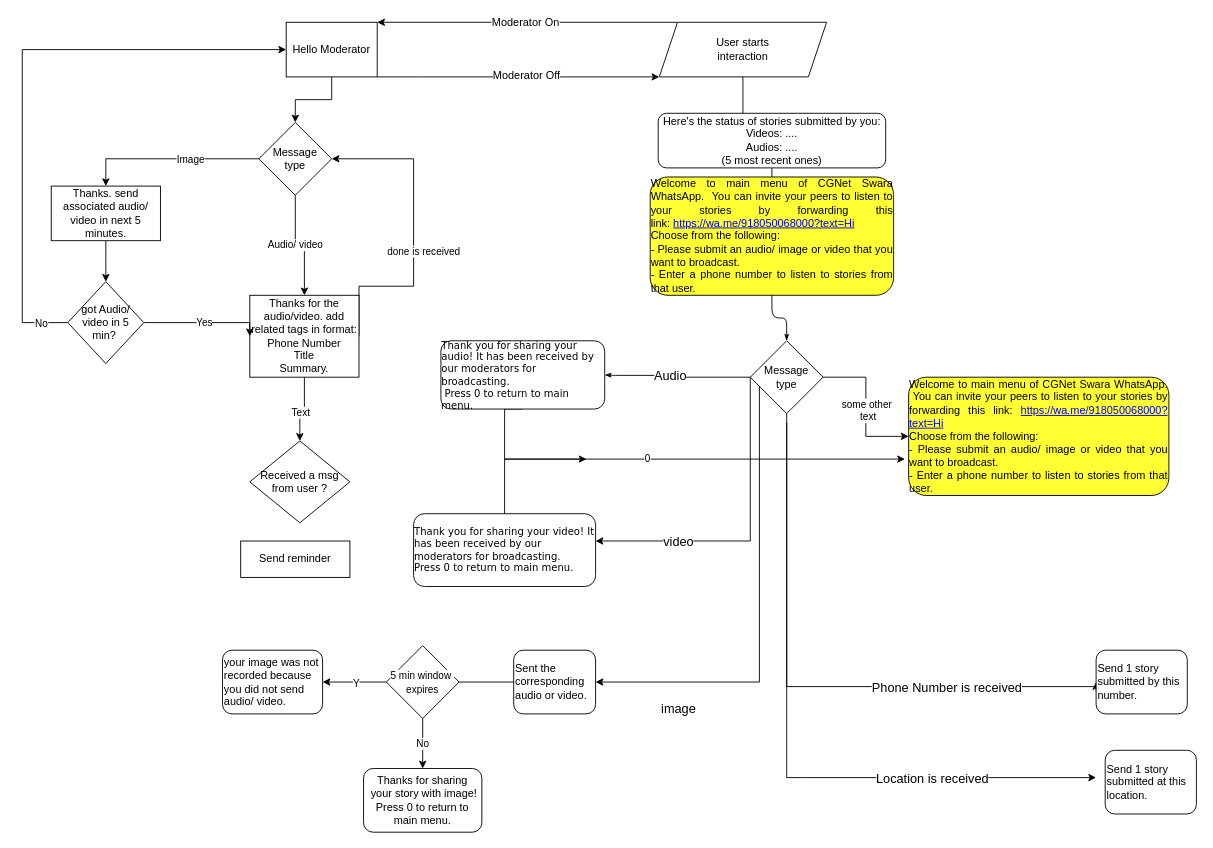
Above: page "5 may" (6 of 6) of DisseminationFlow.drawio in PriyankaVerma98/CGNetSwara-WhatsApp (draw.io), before the change. Source tidied: cells renumbered, new cells numbered last; positions are measured from the earlier drawing's top-left corner, leaving out a move shared by most shapes. Both pictures are drawn from the tidied source at 91%, with x=0, y=0 at pixel (22, 22).
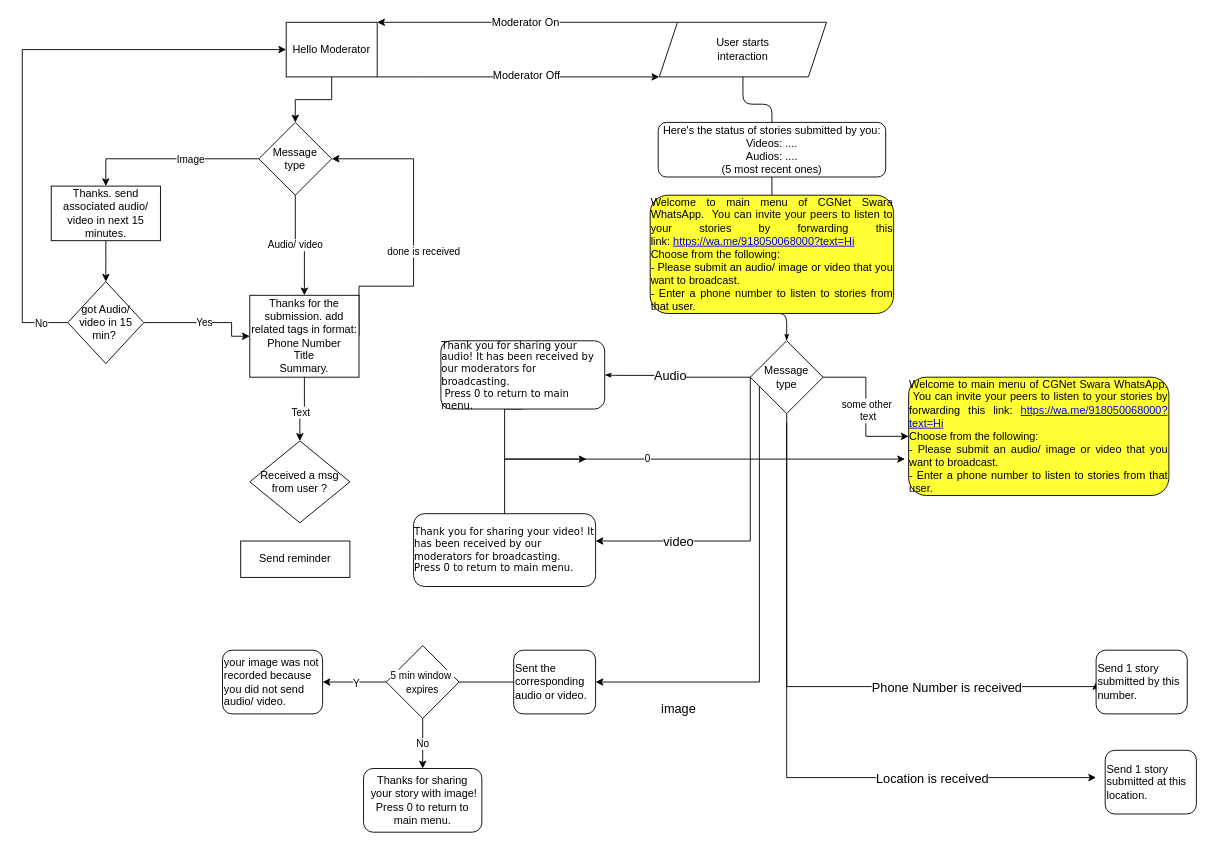
After the change.

Unchanged cells that the change refers to:
```xml
<mxCell id="4" value="User starts &lt;br&gt;interaction" style="shape=parallelogram;perimeter=parallelogramPerimeter;whiteSpace=wrap;html=1;fixedSize=1;" parent="1" vertex="1">
  <mxGeometry x="700" width="183.8" height="60" as="geometry" />
</mxCell>
```

What changed in the source:
```diff
@@
     <mxCell id="34" value="&lt;div style=&quot;text-align: justify&quot;&gt;&lt;div style=&quot;text-align: justify&quot;&gt;&lt;div&gt;&lt;span style=&quot;text-align: center&quot;&gt;Welcome to main menu of CGNet Swara WhatsApp. &amp;nbsp;&lt;/span&gt;&lt;span style=&quot;text-align: center&quot;&gt;You can invite your peers to listen to your stories by forwarding this link:&amp;nbsp;&lt;/span&gt;&lt;a href=&quot;https://wa.me/918050068000?text=Hi&quot;&gt;https://wa.me/918050068000?text=Hi&lt;/a&gt;&lt;/div&gt;&lt;div&gt;&lt;span style=&quot;text-align: center&quot;&gt;Choose from the following:&lt;/span&gt;&lt;br&gt;&lt;/div&gt;&lt;div&gt;&lt;span style=&quot;text-align: center&quot;&gt;- Please submit an audio/ image or video that you want to broadcast.&lt;/span&gt;&lt;/div&gt;&lt;div&gt;- Enter a phone number to listen to stories from that user.&lt;/div&gt;&lt;/div&gt;&lt;/div&gt;" style="rounded=1;whiteSpace=wrap;html=1;fillColor=#FFFF33;" parent="1" vertex="1">
-      <mxGeometry x="690" y="170" width="267.5" height="130" as="geometry" />
+      <mxGeometry x="690" y="190" width="267.5" height="130" as="geometry" />
     </mxCell>
     <mxCell id="35" style="edgeStyle=orthogonalEdgeStyle;rounded=1;html=1;labelBackgroundColor=none;startArrow=none;startFill=0;startSize=5;endArrow=none;endFill=1;endSize=5;jettySize=auto;strokeWidth=1;fontFamily=Verdana;fontSize=8;exitX=0.5;exitY=1;exitDx=0;exitDy=0;entryX=0.5;entryY=0;entryDx=0;entryDy=0;" parent="1" edge="1" source="4" target="34">
-      <mxGeometry relative="1" as="geometry" />
+      <mxGeometry relative="1" as="geometry">
+        <Array as="points">
+          <mxPoint x="792" y="90" />
+          <mxPoint x="824" y="90" />
+        </Array>
+      </mxGeometry>
     </mxCell>
     <mxCell id="36" value="Here's the status of stories submitted by you:&lt;br&gt;Videos: ....&lt;br&gt;Audios: ....&lt;br&gt;(5 most recent ones)" style="rounded=1;whiteSpace=wrap;html=1;" parent="1" vertex="1">
-      <mxGeometry x="698.8" y="100" width="250" height="60" as="geometry" />
+      <mxGeometry x="698.8" y="110" width="250" height="60" as="geometry" />
     </mxCell>
@@
-    <mxCell id="52" value="Thanks for the audio/video. add related tags in format:&lt;br&gt;Phone Number&lt;br&gt;Title&lt;br&gt;Summary." style="whiteSpace=wrap;html=1;" parent="1" vertex="1">
+    <mxCell id="52" value="Thanks for the submission. add related tags in format:&lt;br&gt;Phone Number&lt;br&gt;Title&lt;br&gt;Summary." style="whiteSpace=wrap;html=1;" parent="1" vertex="1">
       <mxGeometry x="250" y="300" width="120" height="90" as="geometry" />
     </mxCell>
     <mxCell id="53" value="Yes" style="edgeStyle=orthogonalEdgeStyle;rounded=0;jettySize=auto;html=1;entryX=0;entryY=0.5;entryDx=0;entryDy=0;exitX=1;exitY=0.5;exitDx=0;exitDy=0;" parent="1" edge="1" source="59" target="52">
       <mxGeometry relative="1" as="geometry">
         <Array as="points">
-          <mxPoint x="134" y="330" />
+          <mxPoint x="230" y="330" />
+          <mxPoint x="230" y="345" />
         </Array>
       </mxGeometry>
     </mxCell>
@@
-    <mxCell id="55" value="Thanks. send associated audio/ video in next 5 minutes." style="whiteSpace=wrap;html=1;" parent="1" vertex="1">
+    <mxCell id="55" value="Thanks. send associated audio/ video in next 15 minutes." style="whiteSpace=wrap;html=1;" parent="1" vertex="1">
       <mxGeometry x="31.8" y="180" width="120" height="60" as="geometry" />
     </mxCell>
@@
-    <mxCell id="59" value="got Audio/ video in 5 min?&amp;nbsp;" style="rhombus;whiteSpace=wrap;html=1;" parent="1" vertex="1">
+    <mxCell id="59" value="got Audio/ video in 15 min?&amp;nbsp;" style="rhombus;whiteSpace=wrap;html=1;" parent="1" vertex="1">
       <mxGeometry x="50" y="285" width="83.5" height="90" as="geometry" />
     </mxCell>
```
